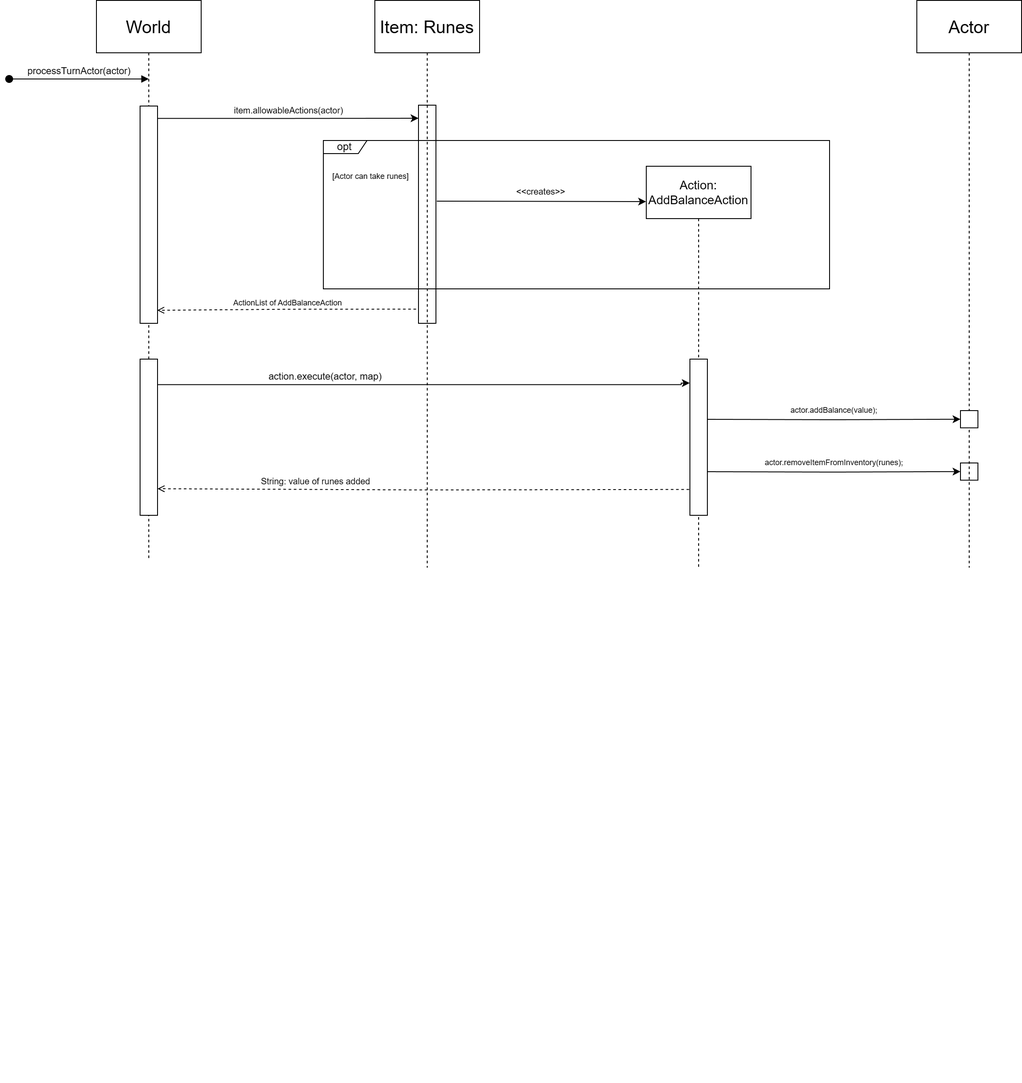
The draw.io diagram docs/design/A2-UML/REQ2-SEQ.drawio.png in dboo0012/Designborne, before a commit. Source tidied: cells renumbered, new cells last; positions are measured from the earlier drawing's top-left corner, leaving out a move shared by most shapes.
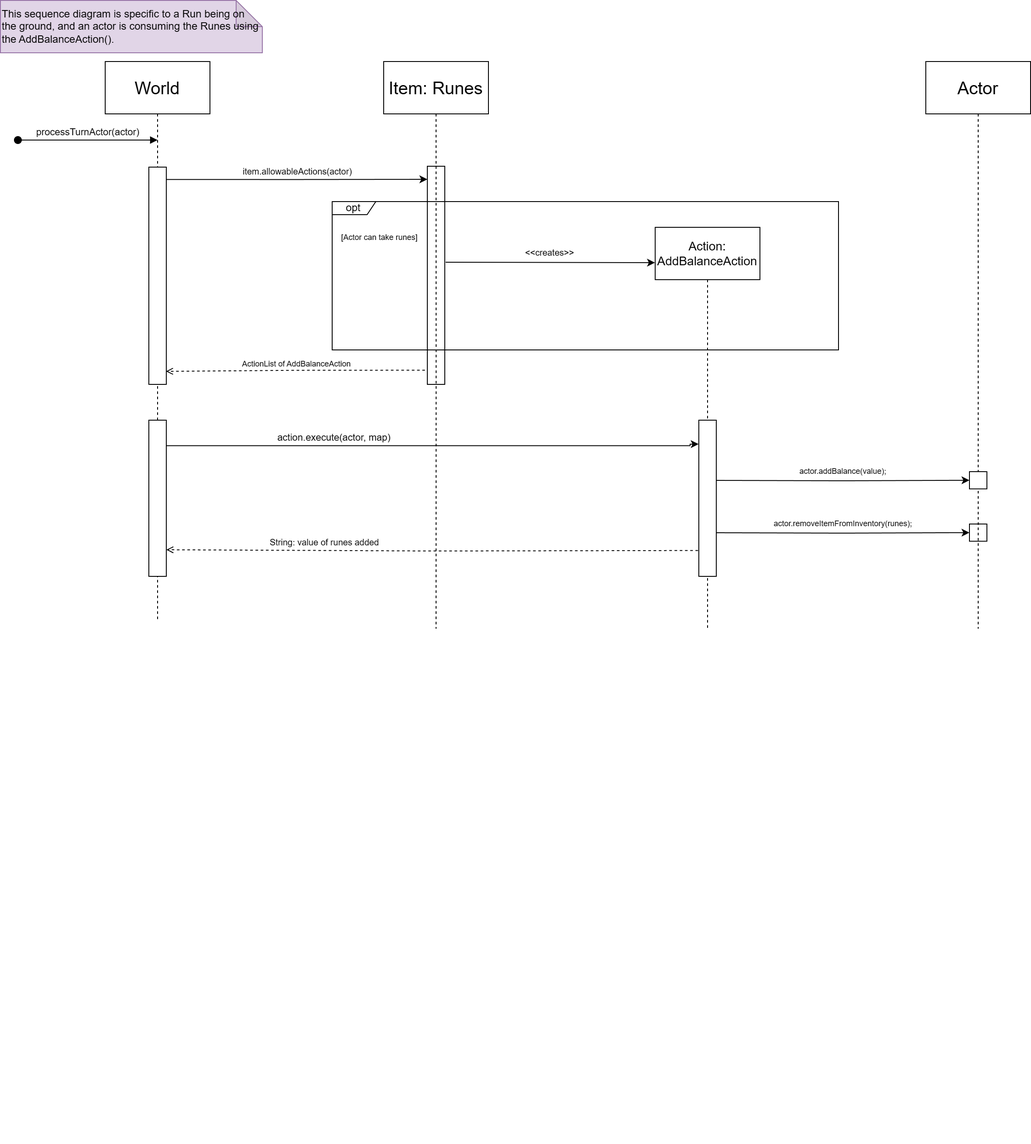
The same file after the commit.

Commit message:
Add REQ3-SEQ, Update REQ2-SEQ

Change to the diagram source:
```diff
@@ -158,5 +158,8 @@
         <mxPoint y="-11" as="offset" />
       </mxGeometry>
     </mxCell>
+    <mxCell id="40" value="This sequence diagram is specific to a Run being on the ground, and an actor is consuming the Runes using the AddBalanceAction()." style="shape=note;whiteSpace=wrap;html=1;backgroundOutline=1;darkOpacity=0.05;fillColor=#e1d5e7;strokeColor=#9673a6;align=left;" parent="1" vertex="1">
+      <mxGeometry x="-20" y="-70" width="300" height="60" as="geometry" />
+    </mxCell>
   </root>
 </mxGraphModel>
```
